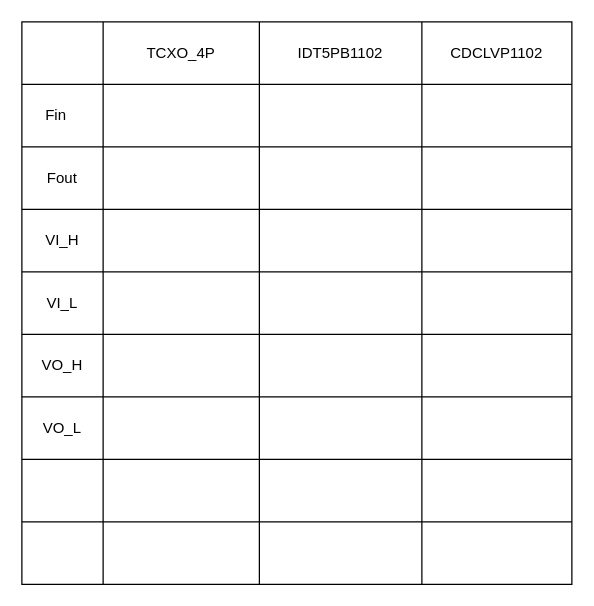
kongzhongfeima/draw_io keeps this draw.io diagram as clk_change_validation.drawio. Above is the earlier version. Source tidied: cells renumbered, new cells numbered last; positions are measured from the earlier drawing's top-left corner, leaving out a move shared by most shapes. Both pictures are drawn from the tidied source at 125%, with x=0, y=0 at pixel (21, 21).
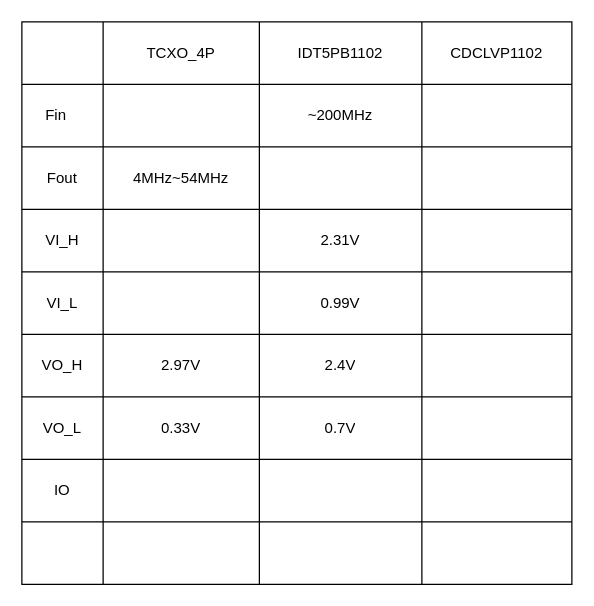
The same page after the edit.

The change refers to these unchanged cells:
```xml
<mxCell id="8" style="shape=tableRow;horizontal=0;startSize=0;swimlaneHead=0;swimlaneBody=0;strokeColor=inherit;top=0;left=0;bottom=0;right=0;fillColor=none;" parent="2" vertex="1">
  <mxGeometry y="50" width="440" height="50" as="geometry" />
</mxCell>
<mxCell id="13" style="shape=tableRow;horizontal=0;startSize=0;swimlaneHead=0;swimlaneBody=0;strokeColor=inherit;top=0;left=0;bottom=0;right=0;fillColor=none;" parent="2" vertex="1">
  <mxGeometry y="100" width="440" height="50" as="geometry" />
</mxCell>
<mxCell id="18" style="shape=tableRow;horizontal=0;startSize=0;swimlaneHead=0;swimlaneBody=0;strokeColor=inherit;top=0;left=0;bottom=0;right=0;fillColor=none;" parent="2" vertex="1">
  <mxGeometry y="150" width="440" height="50" as="geometry" />
</mxCell>
<mxCell id="23" style="shape=tableRow;horizontal=0;startSize=0;swimlaneHead=0;swimlaneBody=0;strokeColor=inherit;top=0;left=0;bottom=0;right=0;fillColor=none;" parent="2" vertex="1">
  <mxGeometry y="200" width="440" height="50" as="geometry" />
</mxCell>
<mxCell id="28" style="shape=tableRow;horizontal=0;startSize=0;swimlaneHead=0;swimlaneBody=0;strokeColor=inherit;top=0;left=0;bottom=0;right=0;fillColor=none;" parent="2" vertex="1">
  <mxGeometry y="250" width="440" height="50" as="geometry" />
</mxCell>
<mxCell id="33" style="shape=tableRow;horizontal=0;startSize=0;swimlaneHead=0;swimlaneBody=0;strokeColor=inherit;top=0;left=0;bottom=0;right=0;fillColor=none;" parent="2" vertex="1">
  <mxGeometry y="300" width="440" height="50" as="geometry" />
</mxCell>
<mxCell id="38" style="shape=tableRow;horizontal=0;startSize=0;swimlaneHead=0;swimlaneBody=0;strokeColor=inherit;top=0;left=0;bottom=0;right=0;fillColor=none;" parent="2" vertex="1">
  <mxGeometry y="350" width="440" height="50" as="geometry" />
</mxCell>
```

Diff of the diagram source:
```diff
@@
-    <mxCell id="11" style="shape=partialRectangle;html=1;whiteSpace=wrap;strokeColor=inherit;overflow=hidden;fillColor=none;top=0;left=0;bottom=0;right=0;" parent="8" vertex="1">
+    <mxCell id="11" value="~200MHz" style="shape=partialRectangle;html=1;whiteSpace=wrap;strokeColor=inherit;overflow=hidden;fillColor=none;top=0;left=0;bottom=0;right=0;" parent="8" vertex="1">
       <mxGeometry x="190" width="130" height="50" as="geometry" />
     </mxCell>
@@
-    <mxCell id="15" style="shape=partialRectangle;html=1;whiteSpace=wrap;strokeColor=inherit;overflow=hidden;fillColor=none;top=0;left=0;bottom=0;right=0;" parent="13" vertex="1">
+    <mxCell id="15" value="4MHz~54MHz" style="shape=partialRectangle;html=1;whiteSpace=wrap;strokeColor=inherit;overflow=hidden;fillColor=none;top=0;left=0;bottom=0;right=0;" parent="13" vertex="1">
       <mxGeometry x="65" width="125" height="50" as="geometry" />
     </mxCell>
@@
-    <mxCell id="21" style="shape=partialRectangle;html=1;whiteSpace=wrap;strokeColor=inherit;overflow=hidden;fillColor=none;top=0;left=0;bottom=0;right=0;" parent="18" vertex="1">
+    <mxCell id="21" value="2.31V" style="shape=partialRectangle;html=1;whiteSpace=wrap;strokeColor=inherit;overflow=hidden;fillColor=none;top=0;left=0;bottom=0;right=0;" parent="18" vertex="1">
       <mxGeometry x="190" width="130" height="50" as="geometry" />
     </mxCell>
@@
-    <mxCell id="26" style="shape=partialRectangle;html=1;whiteSpace=wrap;strokeColor=inherit;overflow=hidden;fillColor=none;top=0;left=0;bottom=0;right=0;" parent="23" vertex="1">
+    <mxCell id="26" value="0.99V" style="shape=partialRectangle;html=1;whiteSpace=wrap;strokeColor=inherit;overflow=hidden;fillColor=none;top=0;left=0;bottom=0;right=0;" parent="23" vertex="1">
       <mxGeometry x="190" width="130" height="50" as="geometry" />
     </mxCell>
@@
-    <mxCell id="30" style="shape=partialRectangle;html=1;whiteSpace=wrap;strokeColor=inherit;overflow=hidden;fillColor=none;top=0;left=0;bottom=0;right=0;" parent="28" vertex="1">
+    <mxCell id="30" value="2.97V" style="shape=partialRectangle;html=1;whiteSpace=wrap;strokeColor=inherit;overflow=hidden;fillColor=none;top=0;left=0;bottom=0;right=0;" parent="28" vertex="1">
       <mxGeometry x="65" width="125" height="50" as="geometry" />
     </mxCell>
-    <mxCell id="31" style="shape=partialRectangle;html=1;whiteSpace=wrap;strokeColor=inherit;overflow=hidden;fillColor=none;top=0;left=0;bottom=0;right=0;" parent="28" vertex="1">
+    <mxCell id="31" value="2.4V" style="shape=partialRectangle;html=1;whiteSpace=wrap;strokeColor=inherit;overflow=hidden;fillColor=none;top=0;left=0;bottom=0;right=0;" parent="28" vertex="1">
       <mxGeometry x="190" width="130" height="50" as="geometry" />
     </mxCell>
@@
-    <mxCell id="35" style="shape=partialRectangle;html=1;whiteSpace=wrap;strokeColor=inherit;overflow=hidden;fillColor=none;top=0;left=0;bottom=0;right=0;" parent="33" vertex="1">
+    <mxCell id="35" value="0.33V" style="shape=partialRectangle;html=1;whiteSpace=wrap;strokeColor=inherit;overflow=hidden;fillColor=none;top=0;left=0;bottom=0;right=0;" parent="33" vertex="1">
       <mxGeometry x="65" width="125" height="50" as="geometry" />
     </mxCell>
-    <mxCell id="36" style="shape=partialRectangle;html=1;whiteSpace=wrap;strokeColor=inherit;overflow=hidden;fillColor=none;top=0;left=0;bottom=0;right=0;" parent="33" vertex="1">
+    <mxCell id="36" value="0.7V" style="shape=partialRectangle;html=1;whiteSpace=wrap;strokeColor=inherit;overflow=hidden;fillColor=none;top=0;left=0;bottom=0;right=0;" parent="33" vertex="1">
       <mxGeometry x="190" width="130" height="50" as="geometry" />
     </mxCell>
@@
-    <mxCell id="39" style="shape=partialRectangle;html=1;whiteSpace=wrap;strokeColor=inherit;overflow=hidden;fillColor=none;top=0;left=0;bottom=0;right=0;" parent="38" vertex="1">
+    <mxCell id="39" value="IO" style="shape=partialRectangle;html=1;whiteSpace=wrap;strokeColor=inherit;overflow=hidden;fillColor=none;top=0;left=0;bottom=0;right=0;" parent="38" vertex="1">
       <mxGeometry width="65" height="50" as="geometry" />
     </mxCell>
```
